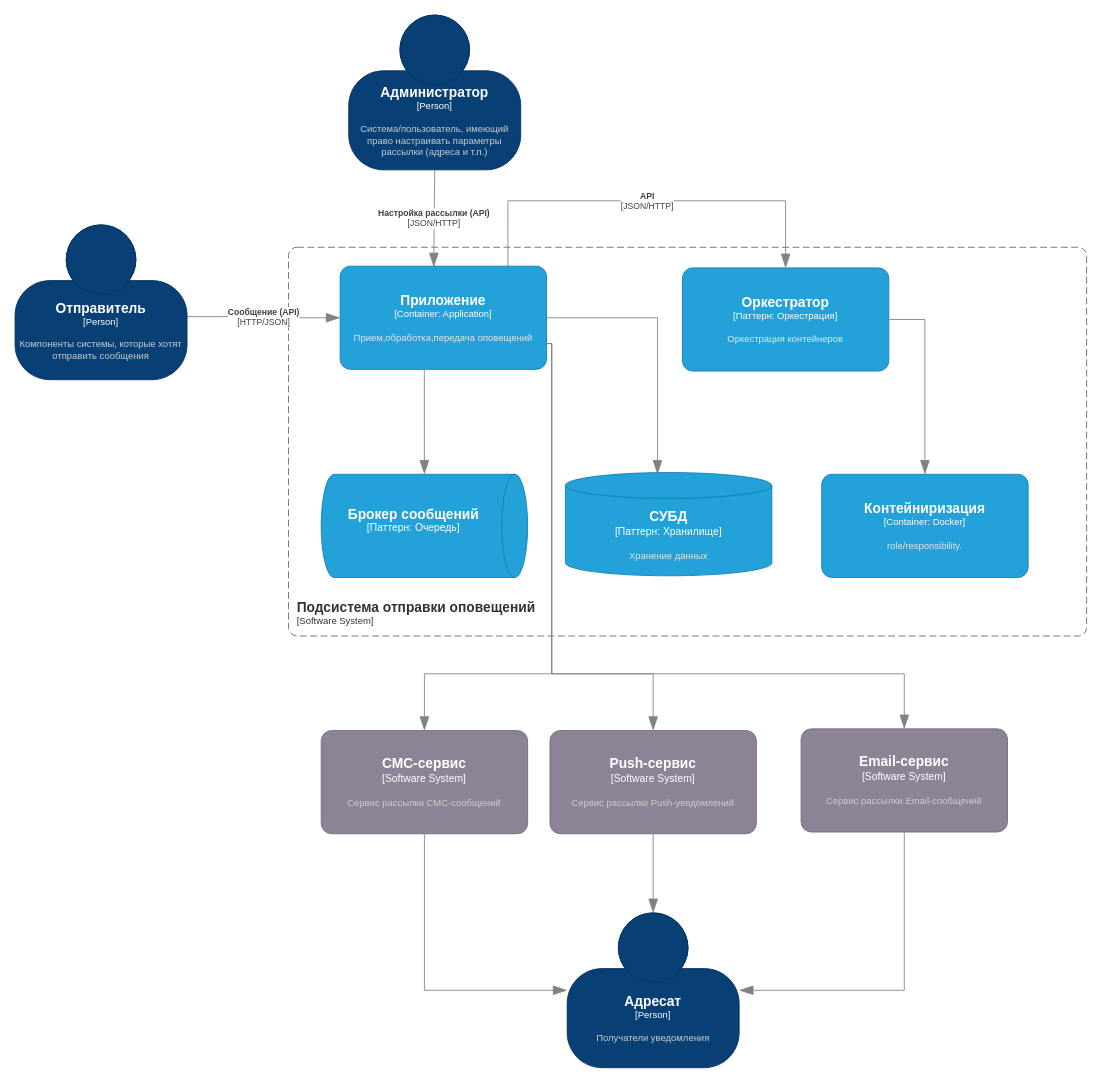
Before: notificator/notificator C2.drawio in Yandex-Practicum/architect-practice-tpl, a draw.io diagram. Source tidied: cells renumbered, new cells numbered last; positions are measured from the earlier drawing's top-left corner, leaving out a move shared by most shapes. Both pictures are drawn from the tidied source at 86%, with x=0, y=0 at pixel (15, 15).
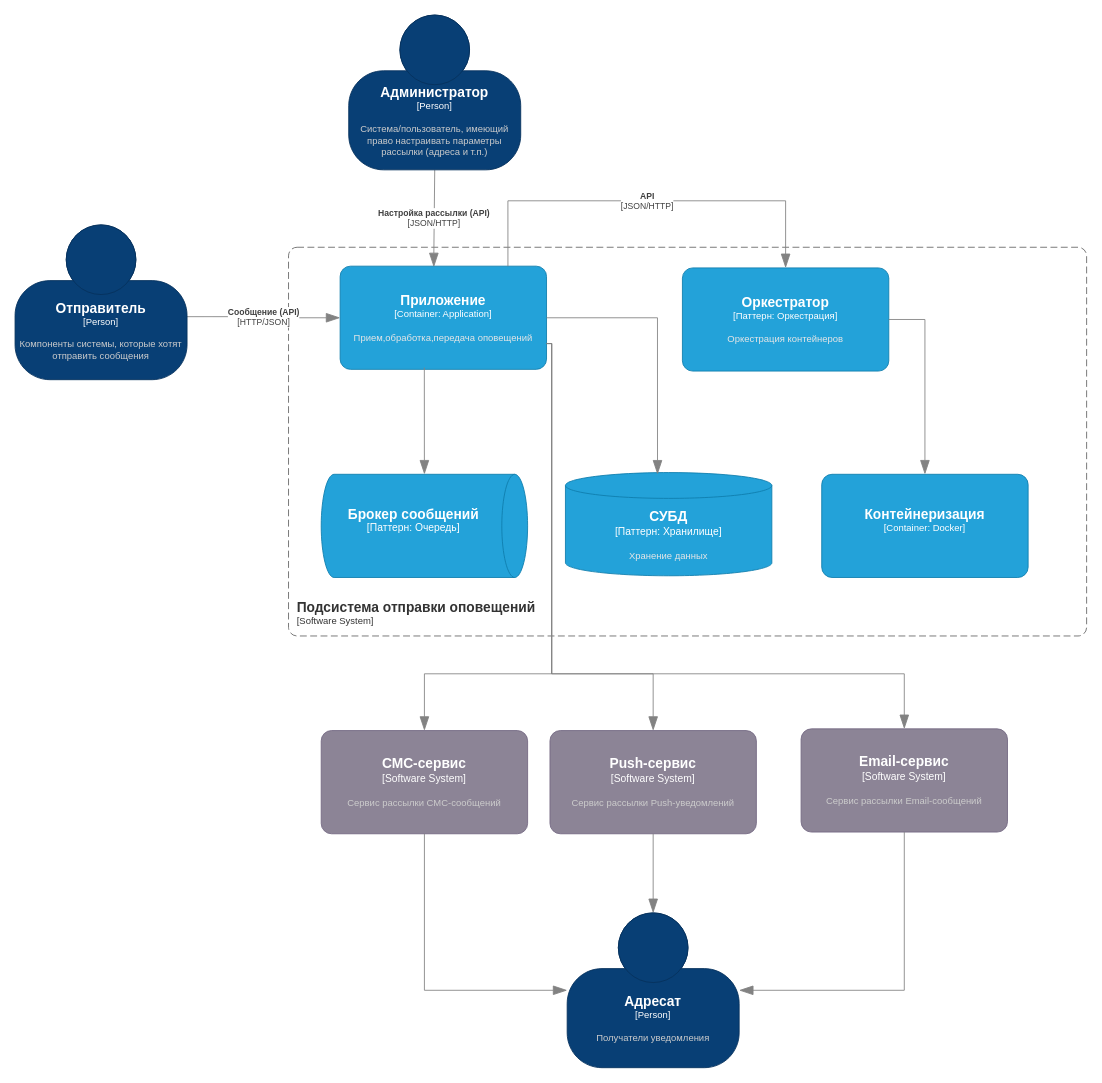
Above is the later version.

What changed in the source:
```diff
@@
-    <object id="24" label="&lt;font style=&quot;font-size: 16px&quot;&gt;&lt;b&gt;%c4Name%&lt;/b&gt;&lt;/font&gt;&lt;div&gt;[%c4Type%: %c4Technology%]&lt;/div&gt;&lt;br&gt;&lt;div&gt;&lt;font style=&quot;font-size: 11px&quot;&gt;&lt;font color=&quot;#E6E6E6&quot;&gt;%c4Description%&lt;/font&gt;&lt;/div&gt;" c4Description="role/responsibility." c4Name="Контейниризация" c4Technology="Docker" c4Type="Container" placeholders="1">
+    <object id="24" label="&lt;font style=&quot;font-size: 16px&quot;&gt;&lt;b&gt;%c4Name%&lt;/b&gt;&lt;/font&gt;&lt;div&gt;[%c4Type%: %c4Technology%]&lt;/div&gt;&lt;br&gt;&lt;div&gt;&lt;font style=&quot;font-size: 11px&quot;&gt;&lt;font color=&quot;#E6E6E6&quot;&gt;%c4Description%&lt;/font&gt;&lt;/div&gt;" c4Description="" c4Name="Контейнеризация" c4Technology="Docker" c4Type="Container" placeholders="1">
       <mxCell style="rounded=1;whiteSpace=wrap;html=1;fontSize=11;labelBackgroundColor=none;fillColor=#23A2D9;fontColor=#ffffff;align=center;arcSize=10;strokeColor=#0E7DAD;points=[[0.25,0,0],[0.5,0,0],[0.75,0,0],[1,0.25,0],[1,0.5,0],[1,0.75,0],[0.75,1,0],[0.5,1,0],[0.25,1,0],[0,0.75,0],[0,0.5,0],[0,0.25,0]];" parent="1" vertex="1">
         <mxGeometry x="938" y="534" width="240" height="120" as="geometry" />
       </mxCell>
     </object>
```
